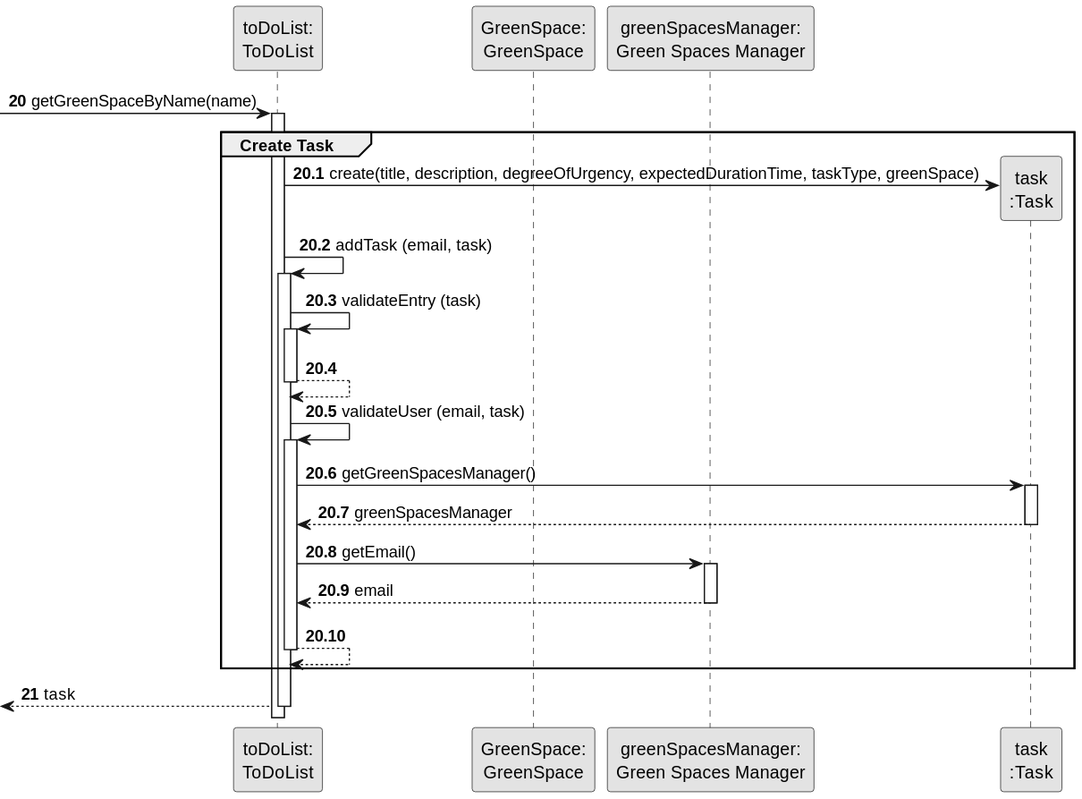
Before: docs/sprintA&B&C/us021/03.design/svg/us021-sequence-diagram-partial-create-task.svg, a diagram exported from PlantUML (daniel41silva05/ISEP_2023_2024_LAPR2). Source of this version:
```plantuml
@startuml
skinparam monochrome true
skinparam packageStyle rectangle
skinparam shadowing false

autonumber


participant "toDoList:\nToDoList" as toDoList
participant "GreenSpace:\nGreenSpace" as greenSpace
participant "greenSpacesManager:\nGreen Spaces Manager" as USER
participant "task\n:Task" as TASK

autonumber 20

 -> toDoList : getGreenSpaceByName(name)
autonumber 20.1
activate toDoList
    group Create Task

            toDoList -> TASK** : create(title, description, degreeOfUrgency, expectedDurationTime, taskType, greenSpace)

                            toDoList -> toDoList: addTask (email, task)
                            activate toDoList

                            toDoList -> toDoList: validateEntry (task)
                            activate toDoList

                            toDoList --> toDoList
                            deactivate toDoList

                            toDoList -> toDoList: validateUser (email, task)
                            activate toDoList

                                toDoList -> TASK: getGreenSpacesManager()
                                activate TASK

                                TASK --> toDoList: greenSpacesManager
                                deactivate TASK

                                toDoList -> USER: getEmail()
                                activate USER

                                USER --> toDoList: email
                                deactivate USER

                            toDoList --> toDoList
                            deactivate toDoList

    end
    autonumber 21
    <-- toDoList  : task
deactivate toDoList
@enduml
```
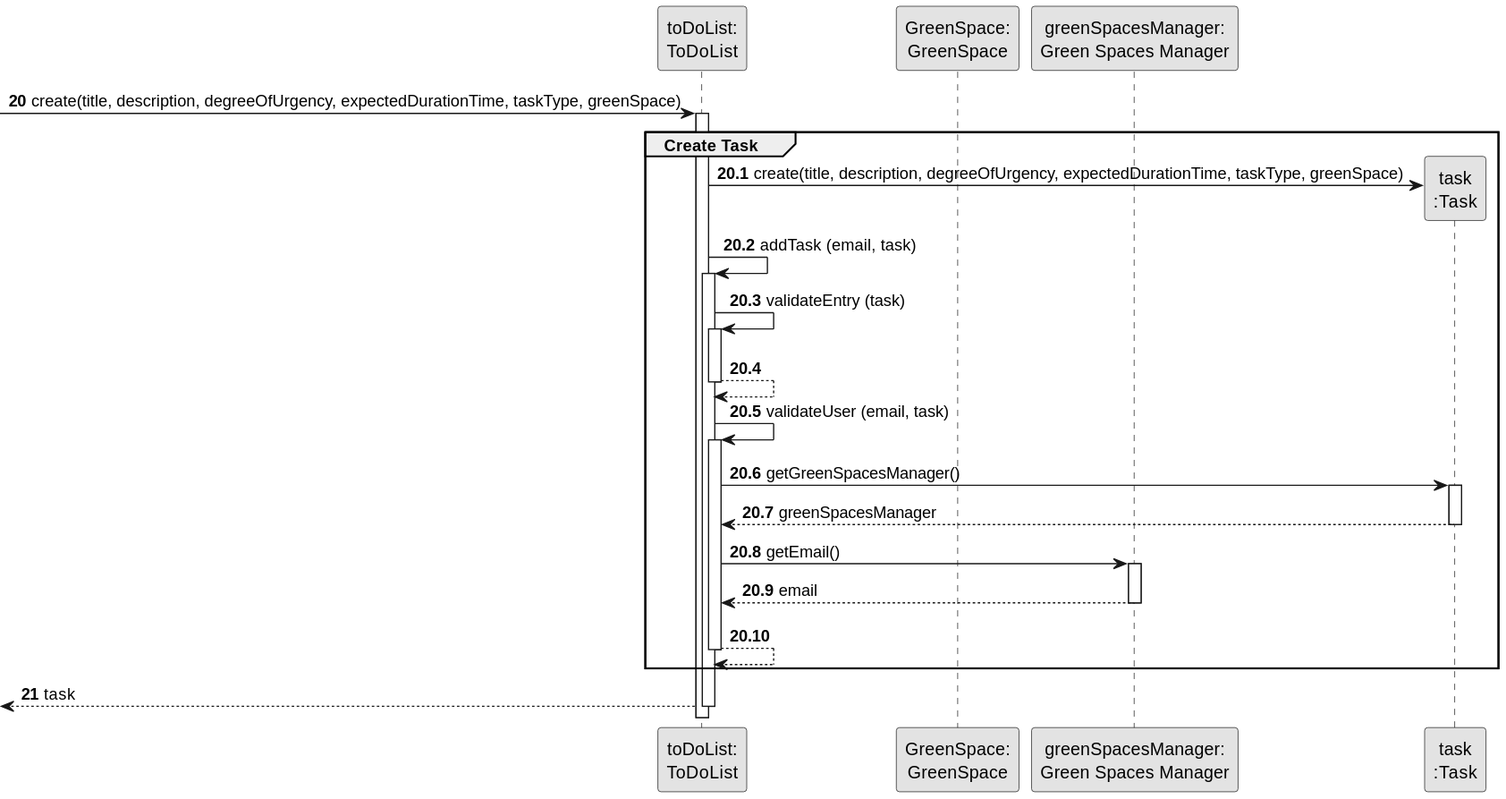
The same file after the commit.

Diff of the diagram source:
```diff
@@ -13,7 +13,7 @@
 
 autonumber 20
 
- -> toDoList : getGreenSpaceByName(name)
+ -> toDoList : create(title, description, degreeOfUrgency, expectedDurationTime, taskType, greenSpace)
 autonumber 20.1
 activate toDoList
     group Create Task
```
